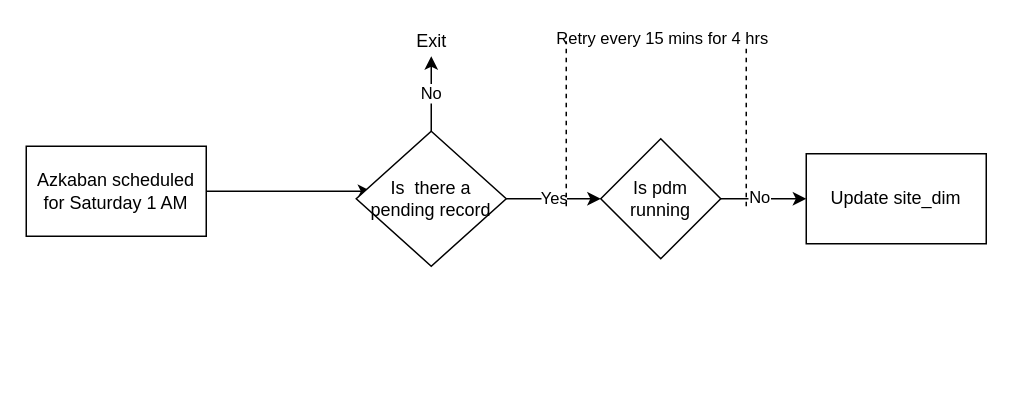
UdayChokkam/diagrams keeps this draw.io diagram as quarterly_update_1.drawio. Above is the earlier version. Source tidied: cells renumbered, new cells numbered last; positions are measured from the earlier drawing's top-left corner, leaving out a move shared by most shapes. Both pictures are drawn from the tidied source at 150%, with x=0, y=0 at pixel (26, 26).
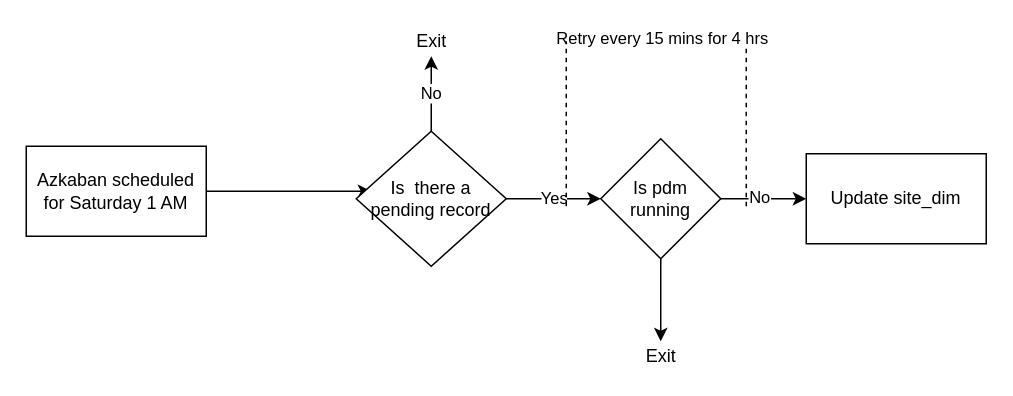
The same page after the edit.

The change refers to these unchanged cells:
```xml
<mxCell id="10" value="Is pdm running" style="rhombus;whiteSpace=wrap;html=1;" parent="1" vertex="1">
  <mxGeometry x="383" y="75" width="80" height="80" as="geometry" />
</mxCell>
```

Diff of the diagram source:
```diff
@@
+    <mxCell id="16" style="edgeStyle=orthogonalEdgeStyle;rounded=0;jettySize=auto;html=1;" parent="1" edge="1" source="10" target="17">
+      <mxGeometry relative="1" as="geometry" />
+    </mxCell>
@@
+    <mxCell id="17" value="Exit" style="text;html=1;align=center;verticalAlign=middle;points=[];strokeColor=none;" parent="1" vertex="1">
+      <mxGeometry x="403" y="210" width="40" height="20" as="geometry" />
+    </mxCell>
```
